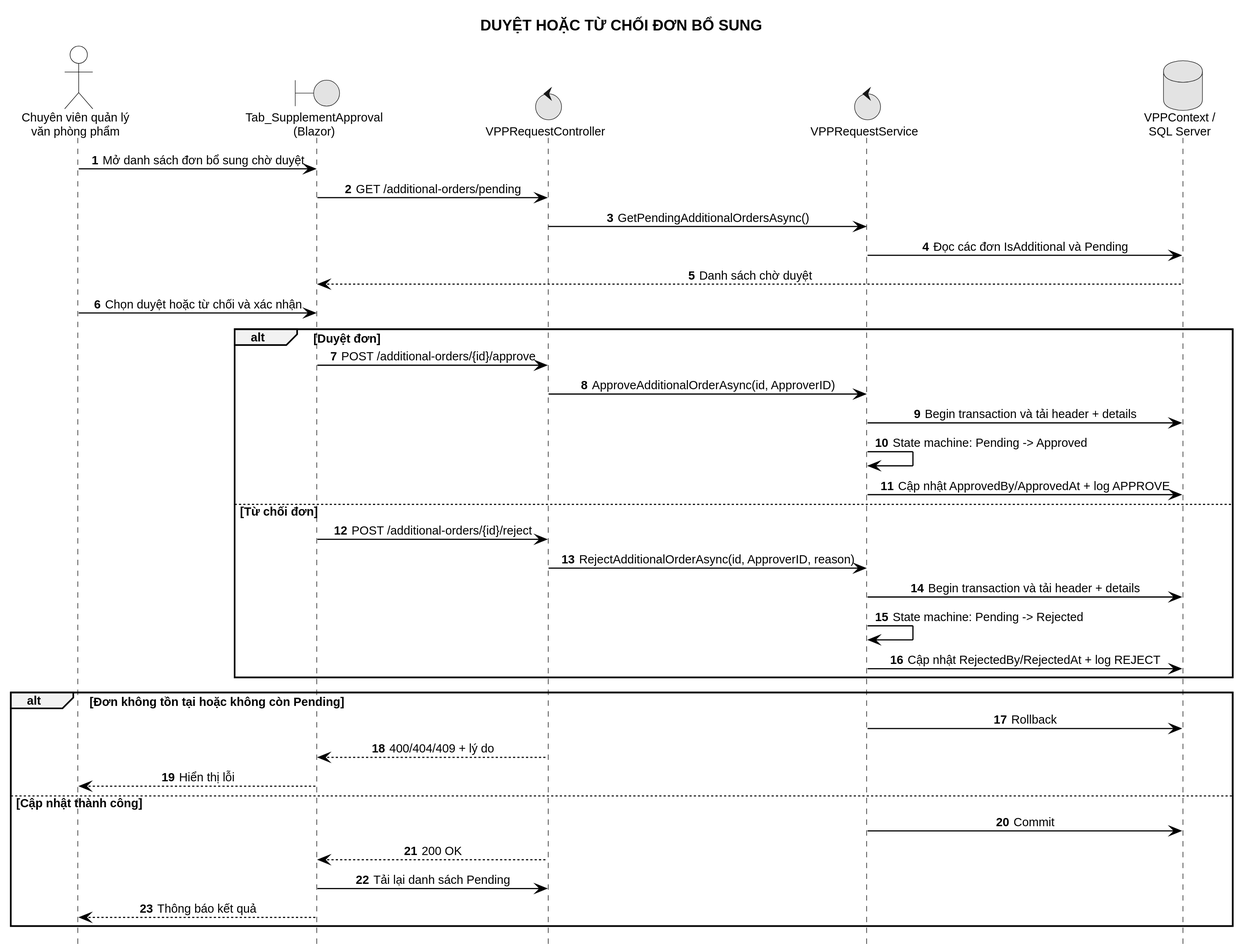
Above: LVTN/diagrams/ch03/sequence-approve-additional-request.svg in Miikey24s/gtas_vpp (PlantUML), before the change.
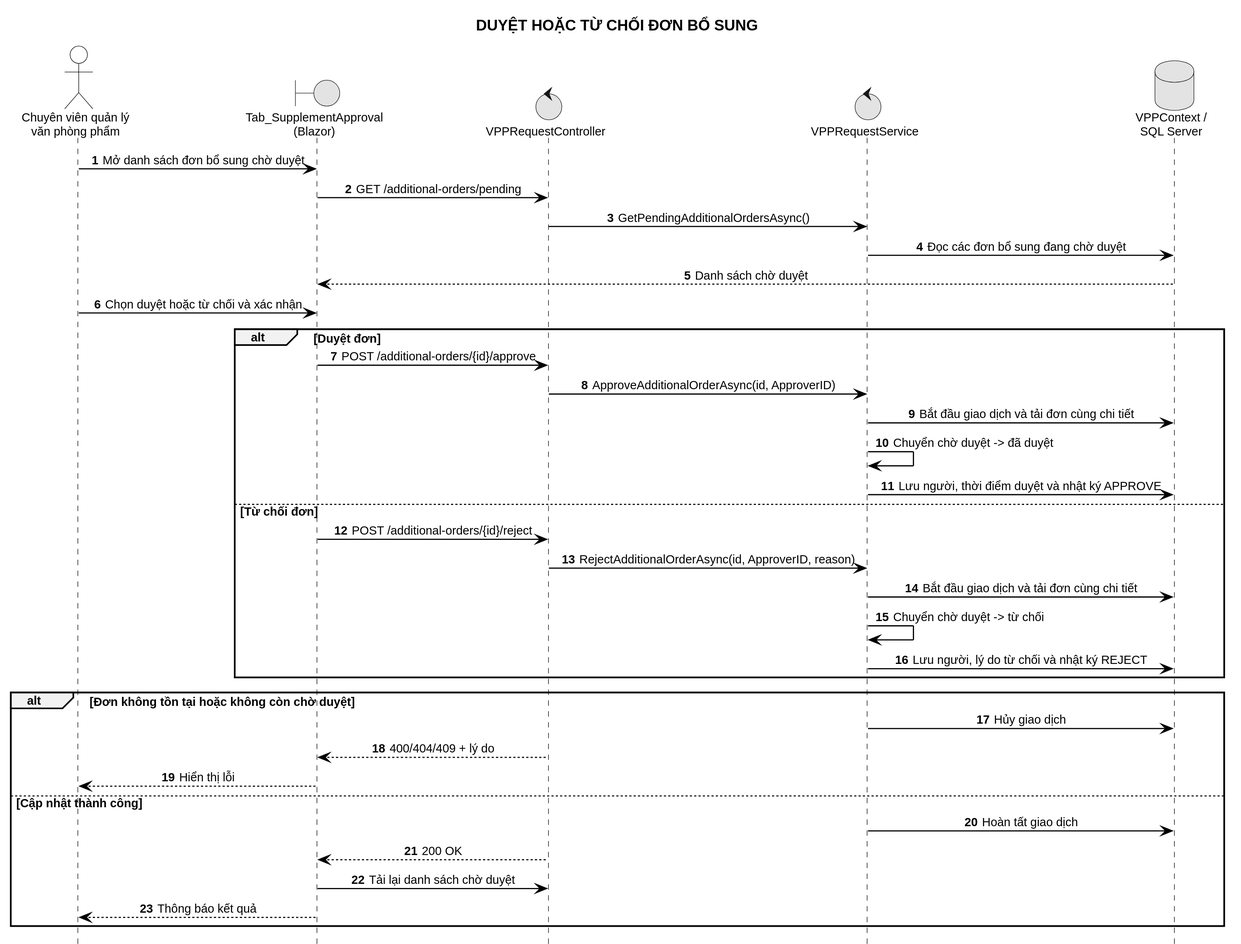
Later version of the same file.

Change to the diagram source:
```diff
@@ -11,32 +11,32 @@
 Procurement -> FE : Mở danh sách đơn bổ sung chờ duyệt
 FE -> API : GET /additional-orders/pending
 API -> Service : GetPendingAdditionalOrdersAsync()
-Service -> DB : Đọc các đơn IsAdditional và Pending
+Service -> DB : Đọc các đơn bổ sung đang chờ duyệt
 DB --> FE : Danh sách chờ duyệt
 Procurement -> FE : Chọn duyệt hoặc từ chối và xác nhận
 
 alt Duyệt đơn
   FE -> API : POST /additional-orders/{id}/approve
   API -> Service : ApproveAdditionalOrderAsync(id, ApproverID)
-  Service -> DB : Begin transaction và tải header + details
-  Service -> Service : State machine: Pending -> Approved
-  Service -> DB : Cập nhật ApprovedBy/ApprovedAt + log APPROVE
+  Service -> DB : Bắt đầu giao dịch và tải đơn cùng chi tiết
+  Service -> Service : Chuyển chờ duyệt -> đã duyệt
+  Service -> DB : Lưu người, thời điểm duyệt và nhật ký APPROVE
 else Từ chối đơn
   FE -> API : POST /additional-orders/{id}/reject
   API -> Service : RejectAdditionalOrderAsync(id, ApproverID, reason)
-  Service -> DB : Begin transaction và tải header + details
-  Service -> Service : State machine: Pending -> Rejected
-  Service -> DB : Cập nhật RejectedBy/RejectedAt + log REJECT
+  Service -> DB : Bắt đầu giao dịch và tải đơn cùng chi tiết
+  Service -> Service : Chuyển chờ duyệt -> từ chối
+  Service -> DB : Lưu người, lý do từ chối và nhật ký REJECT
 end
 
-alt Đơn không tồn tại hoặc không còn Pending
-  Service -> DB : Rollback
+alt Đơn không tồn tại hoặc không còn chờ duyệt
+  Service -> DB : Hủy giao dịch
   API --> FE : 400/404/409 + lý do
   FE --> Procurement : Hiển thị lỗi
 else Cập nhật thành công
-  Service -> DB : Commit
+  Service -> DB : Hoàn tất giao dịch
   API --> FE : 200 OK
-  FE -> API : Tải lại danh sách Pending
+  FE -> API : Tải lại danh sách chờ duyệt
   FE --> Procurement : Thông báo kết quả
 end
 @enduml
```
